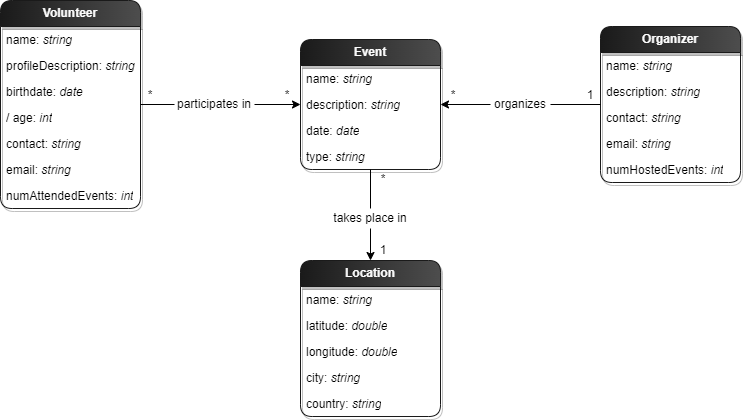
Before: images/DomainModel.png, a diagram exported from draw.io (tomas-sucena/2023-FEUP-ESOF). Source tidied: cells renumbered, new cells last; positions are measured from the earlier drawing's top-left corner, leaving out a move shared by most shapes.
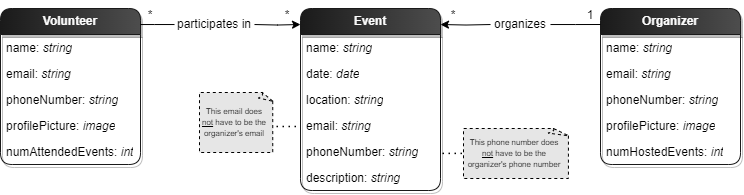
The same file after the commit.

Change to the diagram source:
```diff
@@ -3,103 +3,90 @@
     <mxCell id="0" />
     <mxCell id="1" parent="0" />
     <mxCell id="2" value="&lt;b&gt;&lt;font color=&quot;#fcfcfc&quot;&gt;Volunteer&lt;/font&gt;&lt;/b&gt;" style="swimlane;fontStyle=0;horizontal=1;startSize=26;fillColor=#1A1A1A;whiteSpace=wrap;html=1;rounded=1;strokeColor=#1A1A1A;gradientColor=#4D4D4D;gradientDirection=east;shadow=1;" parent="1" vertex="1">
-      <mxGeometry width="140" height="208" as="geometry" />
+      <mxGeometry y="88" width="140" height="156" as="geometry" />
     </mxCell>
     <mxCell id="3" value="name: &lt;i&gt;string&lt;/i&gt;" style="text;strokeColor=none;fillColor=none;align=left;verticalAlign=top;spacingLeft=4;spacingRight=4;overflow=hidden;whiteSpace=wrap;html=1;" parent="2" vertex="1">
       <mxGeometry y="26" width="140" height="26" as="geometry" />
     </mxCell>
-    <mxCell id="4" value="profileDescription: &lt;i&gt;string&lt;/i&gt;" style="text;strokeColor=none;fillColor=none;align=left;verticalAlign=top;spacingLeft=4;spacingRight=4;overflow=hidden;whiteSpace=wrap;html=1;" parent="2" vertex="1">
-      <mxGeometry y="52" width="140" height="26" as="geometry" />
-    </mxCell>
-    <mxCell id="5" value="birthdate: &lt;i&gt;date&lt;/i&gt;" style="text;strokeColor=none;fillColor=none;align=left;verticalAlign=top;spacingLeft=4;spacingRight=4;overflow=hidden;whiteSpace=wrap;html=1;" parent="2" vertex="1">
-      <mxGeometry y="78" width="140" height="26" as="geometry" />
-    </mxCell>
-    <mxCell id="6" value="/ age: &lt;i&gt;int&lt;/i&gt;" style="text;strokeColor=none;fillColor=none;align=left;verticalAlign=top;spacingLeft=4;spacingRight=4;overflow=hidden;whiteSpace=wrap;html=1;" parent="2" vertex="1">
-      <mxGeometry y="104" width="140" height="26" as="geometry" />
-    </mxCell>
-    <mxCell id="7" value="contact: &lt;i&gt;string&lt;/i&gt;" style="text;strokeColor=none;fillColor=none;align=left;verticalAlign=top;spacingLeft=4;spacingRight=4;overflow=hidden;whiteSpace=wrap;html=1;" parent="2" vertex="1">
-      <mxGeometry y="130" width="140" height="26" as="geometry" />
+    <mxCell id="7" value="email: &lt;i&gt;string&lt;/i&gt;" style="text;strokeColor=none;fillColor=none;align=left;verticalAlign=top;spacingLeft=4;spacingRight=4;overflow=hidden;whiteSpace=wrap;html=1;" parent="2" vertex="1">
+      <mxGeometry y="52" width="140" height="26" as="geometry" />
     </mxCell>
+    <mxCell id="42" value="phoneNumber: &lt;i&gt;string&lt;/i&gt;" style="text;strokeColor=none;fillColor=none;align=left;verticalAlign=top;spacingLeft=4;spacingRight=4;overflow=hidden;whiteSpace=wrap;html=1;" parent="2" vertex="1">
+      <mxGeometry y="78" width="140" height="26" as="geometry" />
+    </mxCell>
-    <mxCell id="8" value="email: &lt;i&gt;string&lt;/i&gt;" style="text;strokeColor=none;fillColor=none;align=left;verticalAlign=top;spacingLeft=4;spacingRight=4;overflow=hidden;whiteSpace=wrap;html=1;" parent="2" vertex="1">
-      <mxGeometry y="156" width="140" height="26" as="geometry" />
+    <mxCell id="8" value="profilePicture: &lt;i&gt;image&lt;/i&gt;" style="text;strokeColor=none;fillColor=none;align=left;verticalAlign=top;spacingLeft=4;spacingRight=4;overflow=hidden;whiteSpace=wrap;html=1;" parent="2" vertex="1">
+      <mxGeometry y="104" width="140" height="26" as="geometry" />
     </mxCell>
     <mxCell id="9" value="numAttendedEvents:&amp;nbsp;&lt;i&gt;int&lt;/i&gt;" style="text;strokeColor=none;fillColor=none;align=left;verticalAlign=top;spacingLeft=4;spacingRight=4;overflow=hidden;whiteSpace=wrap;html=1;" parent="2" vertex="1">
-      <mxGeometry y="182" width="140" height="26" as="geometry" />
+      <mxGeometry y="130" width="140" height="26" as="geometry" />
     </mxCell>
     <mxCell id="10" value="&lt;b&gt;&lt;font color=&quot;#fcfcfc&quot;&gt;Organizer&lt;/font&gt;&lt;/b&gt;" style="swimlane;fontStyle=0;horizontal=1;startSize=26;fillColor=#1A1A1A;whiteSpace=wrap;html=1;rounded=1;strokeColor=#1A1A1A;gradientColor=#4D4D4D;gradientDirection=east;shadow=1;" parent="1" vertex="1">
-      <mxGeometry x="600" y="26" width="140" height="156" as="geometry" />
+      <mxGeometry x="600" y="88" width="140" height="156" as="geometry" />
     </mxCell>
     <mxCell id="11" value="name: &lt;i&gt;string&lt;/i&gt;" style="text;strokeColor=none;fillColor=none;align=left;verticalAlign=top;spacingLeft=4;spacingRight=4;overflow=hidden;whiteSpace=wrap;html=1;" parent="10" vertex="1">
       <mxGeometry y="26" width="140" height="26" as="geometry" />
     </mxCell>
-    <mxCell id="12" value="description: &lt;i&gt;string&lt;/i&gt;" style="text;strokeColor=none;fillColor=none;align=left;verticalAlign=top;spacingLeft=4;spacingRight=4;overflow=hidden;whiteSpace=wrap;html=1;" parent="10" vertex="1">
-      <mxGeometry y="52" width="140" height="26" as="geometry" />
-    </mxCell>
-    <mxCell id="13" value="contact: &lt;i&gt;string&lt;/i&gt;" style="text;strokeColor=none;fillColor=none;align=left;verticalAlign=top;spacingLeft=4;spacingRight=4;overflow=hidden;whiteSpace=wrap;html=1;" parent="10" vertex="1">
-      <mxGeometry y="78" width="140" height="26" as="geometry" />
+    <mxCell id="13" value="email: &lt;i&gt;string&lt;/i&gt;" style="text;strokeColor=none;fillColor=none;align=left;verticalAlign=top;spacingLeft=4;spacingRight=4;overflow=hidden;whiteSpace=wrap;html=1;" parent="10" vertex="1">
+      <mxGeometry y="52" width="140" height="26" as="geometry" />
     </mxCell>
-    <mxCell id="14" value="email: &lt;i&gt;string&lt;/i&gt;" style="text;strokeColor=none;fillColor=none;align=left;verticalAlign=top;spacingLeft=4;spacingRight=4;overflow=hidden;whiteSpace=wrap;html=1;" parent="10" vertex="1">
-      <mxGeometry y="104" width="140" height="26" as="geometry" />
+    <mxCell id="14" value="phoneNumber: &lt;i&gt;string&lt;/i&gt;" style="text;strokeColor=none;fillColor=none;align=left;verticalAlign=top;spacingLeft=4;spacingRight=4;overflow=hidden;whiteSpace=wrap;html=1;" parent="10" vertex="1">
+      <mxGeometry y="78" width="140" height="26" as="geometry" />
     </mxCell>
+    <mxCell id="43" value="profilePicture: &lt;i&gt;image&lt;/i&gt;" style="text;strokeColor=none;fillColor=none;align=left;verticalAlign=top;spacingLeft=4;spacingRight=4;overflow=hidden;whiteSpace=wrap;html=1;" parent="10" vertex="1">
+      <mxGeometry y="104" width="140" height="26" as="geometry" />
+    </mxCell>
     <mxCell id="15" value="numHostedEvents: &lt;i&gt;int&lt;/i&gt;" style="text;strokeColor=none;fillColor=none;align=left;verticalAlign=top;spacingLeft=4;spacingRight=4;overflow=hidden;whiteSpace=wrap;html=1;" parent="10" vertex="1">
       <mxGeometry y="130" width="140" height="26" as="geometry" />
     </mxCell>
-    <mxCell id="16" style="edgeStyle=orthogonalEdgeStyle;rounded=0;jettySize=auto;html=1;endArrow=none;endFill=0;startArrow=none;startFill=1;" parent="1" edge="1" source="35" target="10">
-      <mxGeometry relative="1" as="geometry" />
+    <mxCell id="16" style="edgeStyle=orthogonalEdgeStyle;rounded=0;jettySize=auto;html=1;endArrow=none;endFill=0;startArrow=none;startFill=1;" parent="1" edge="1" source="35">
+      <mxGeometry relative="1" as="geometry">
+        <mxPoint x="600" y="104" as="targetPoint" />
+      </mxGeometry>
     </mxCell>
-    <mxCell id="17" style="edgeStyle=orthogonalEdgeStyle;rounded=0;jettySize=auto;html=1;endArrow=none;endFill=0;startArrow=none;startFill=1;" parent="1" edge="1" source="33" target="2">
-      <mxGeometry relative="1" as="geometry" />
+    <mxCell id="17" style="edgeStyle=orthogonalEdgeStyle;rounded=0;jettySize=auto;html=1;endArrow=none;endFill=0;startArrow=none;startFill=1;" parent="1" edge="1" source="33">
+      <mxGeometry relative="1" as="geometry">
+        <mxPoint x="140" y="104" as="targetPoint" />
+      </mxGeometry>
     </mxCell>
-    <mxCell id="18" style="edgeStyle=orthogonalEdgeStyle;rounded=0;jettySize=auto;html=1;entryX=0.5;entryY=0;entryDx=0;entryDy=0;endArrow=classic;endFill=1;startArrow=none;" parent="1" edge="1" source="39" target="24">
-      <mxGeometry relative="1" as="geometry" />
-    </mxCell>
     <mxCell id="19" value="&lt;b&gt;&lt;font color=&quot;#fcfcfc&quot;&gt;Event&lt;/font&gt;&lt;/b&gt;" style="swimlane;fontStyle=0;horizontal=1;startSize=26;fillColor=#1A1A1A;whiteSpace=wrap;html=1;rounded=1;strokeColor=#1A1A1A;gradientColor=#4D4D4D;gradientDirection=east;shadow=1;" parent="1" vertex="1">
-      <mxGeometry x="300" y="39" width="140" height="130" as="geometry" />
+      <mxGeometry x="300" y="88" width="140" height="182" as="geometry" />
     </mxCell>
     <mxCell id="20" value="name: &lt;i&gt;string&lt;/i&gt;" style="text;strokeColor=none;fillColor=none;align=left;verticalAlign=top;spacingLeft=4;spacingRight=4;overflow=hidden;whiteSpace=wrap;html=1;" parent="19" vertex="1">
       <mxGeometry y="26" width="140" height="26" as="geometry" />
     </mxCell>
-    <mxCell id="21" value="description: &lt;i&gt;string&lt;/i&gt;" style="text;strokeColor=none;fillColor=none;align=left;verticalAlign=top;spacingLeft=4;spacingRight=4;overflow=hidden;whiteSpace=wrap;html=1;" parent="19" vertex="1">
-      <mxGeometry y="52" width="140" height="26" as="geometry" />
-    </mxCell>
     <mxCell id="22" value="date: &lt;i&gt;date&lt;/i&gt;" style="text;strokeColor=none;fillColor=none;align=left;verticalAlign=top;spacingLeft=4;spacingRight=4;overflow=hidden;whiteSpace=wrap;html=1;" parent="19" vertex="1">
-      <mxGeometry y="78" width="140" height="26" as="geometry" />
+      <mxGeometry y="52" width="140" height="26" as="geometry" />
     </mxCell>
-    <mxCell id="23" value="type: &lt;i&gt;string&lt;/i&gt;" style="text;strokeColor=none;fillColor=none;align=left;verticalAlign=top;spacingLeft=4;spacingRight=4;overflow=hidden;whiteSpace=wrap;html=1;" parent="19" vertex="1">
-      <mxGeometry y="104" width="140" height="26" as="geometry" />
+    <mxCell id="23" value="location: &lt;i&gt;string&lt;/i&gt;" style="text;strokeColor=none;fillColor=none;align=left;verticalAlign=top;spacingLeft=4;spacingRight=4;overflow=hidden;whiteSpace=wrap;html=1;" parent="19" vertex="1">
+      <mxGeometry y="78" width="140" height="26" as="geometry" />
     </mxCell>
-    <mxCell id="24" value="&lt;b&gt;&lt;font color=&quot;#fcfcfc&quot;&gt;Location&lt;/font&gt;&lt;/b&gt;" style="swimlane;fontStyle=0;horizontal=1;startSize=26;fillColor=#1A1A1A;whiteSpace=wrap;html=1;rounded=1;strokeColor=#1A1A1A;gradientColor=#4D4D4D;gradientDirection=east;shadow=1;" parent="1" vertex="1">
-      <mxGeometry x="300" y="260" width="140" height="156" as="geometry" />
-    </mxCell>
-    <mxCell id="25" value="name: &lt;i&gt;string&lt;/i&gt;" style="text;strokeColor=none;fillColor=none;align=left;verticalAlign=top;spacingLeft=4;spacingRight=4;overflow=hidden;whiteSpace=wrap;html=1;" parent="24" vertex="1">
-      <mxGeometry y="26" width="140" height="26" as="geometry" />
-    </mxCell>
-    <mxCell id="26" value="latitude: &lt;i&gt;double&lt;/i&gt;" style="text;strokeColor=none;fillColor=none;align=left;verticalAlign=top;spacingLeft=4;spacingRight=4;overflow=hidden;whiteSpace=wrap;html=1;" parent="24" vertex="1">
-      <mxGeometry y="52" width="140" height="26" as="geometry" />
-    </mxCell>
-    <mxCell id="27" value="longitude: &lt;i&gt;double&lt;/i&gt;" style="text;strokeColor=none;fillColor=none;align=left;verticalAlign=top;spacingLeft=4;spacingRight=4;overflow=hidden;whiteSpace=wrap;html=1;" parent="24" vertex="1">
-      <mxGeometry y="78" width="140" height="26" as="geometry" />
-    </mxCell>
-    <mxCell id="28" value="city: &lt;i&gt;string&lt;/i&gt;" style="text;strokeColor=none;fillColor=none;align=left;verticalAlign=top;spacingLeft=4;spacingRight=4;overflow=hidden;whiteSpace=wrap;html=1;" parent="24" vertex="1">
-      <mxGeometry y="104" width="140" height="26" as="geometry" />
-    </mxCell>
-    <mxCell id="29" value="country: &lt;i&gt;string&lt;/i&gt;" style="text;strokeColor=none;fillColor=none;align=left;verticalAlign=top;spacingLeft=4;spacingRight=4;overflow=hidden;whiteSpace=wrap;html=1;" parent="24" vertex="1">
-      <mxGeometry y="130" width="140" height="26" as="geometry" />
-    </mxCell>
+    <mxCell id="44" value="email: &lt;i&gt;string&lt;/i&gt;" style="text;strokeColor=none;fillColor=none;align=left;verticalAlign=top;spacingLeft=4;spacingRight=4;overflow=hidden;whiteSpace=wrap;html=1;" parent="19" vertex="1">
+      <mxGeometry y="104" width="140" height="26" as="geometry" />
+    </mxCell>
+    <mxCell id="45" value="phoneNumber: &lt;i&gt;string&lt;/i&gt;" style="text;strokeColor=none;fillColor=none;align=left;verticalAlign=top;spacingLeft=4;spacingRight=4;overflow=hidden;whiteSpace=wrap;html=1;" parent="19" vertex="1">
+      <mxGeometry y="130" width="140" height="26" as="geometry" />
+    </mxCell>
+    <mxCell id="21" value="description: &lt;i&gt;string&lt;/i&gt;" style="text;strokeColor=none;fillColor=none;align=left;verticalAlign=top;spacingLeft=4;spacingRight=4;overflow=hidden;whiteSpace=wrap;html=1;" parent="19" vertex="1">
+      <mxGeometry y="156" width="140" height="26" as="geometry" />
+    </mxCell>
     <mxCell id="30" value="*" style="text;html=1;strokeColor=none;fillColor=none;align=center;verticalAlign=middle;whiteSpace=wrap;rounded=0;" parent="1" vertex="1">
       <mxGeometry x="140" y="80" width="20" height="30" as="geometry" />
     </mxCell>
     <mxCell id="31" value="*" style="text;html=1;strokeColor=none;fillColor=none;align=center;verticalAlign=middle;whiteSpace=wrap;rounded=0;" parent="1" vertex="1">
       <mxGeometry x="274" y="80" width="26" height="30" as="geometry" />
     </mxCell>
-    <mxCell id="32" style="edgeStyle=orthogonalEdgeStyle;rounded=0;jettySize=auto;html=1;endArrow=none;endFill=0;startArrow=classic;startFill=1;" parent="1" edge="1" source="19" target="33">
-      <mxGeometry relative="1" as="geometry" />
+    <mxCell id="32" style="edgeStyle=orthogonalEdgeStyle;rounded=0;jettySize=auto;html=1;endArrow=none;endFill=0;startArrow=classic;startFill=1;" parent="1" edge="1" target="33">
+      <mxGeometry relative="1" as="geometry">
+        <mxPoint x="300" y="104" as="sourcePoint" />
+      </mxGeometry>
     </mxCell>
     <mxCell id="33" value="participates in" style="text;html=1;strokeColor=none;fillColor=none;align=center;verticalAlign=middle;whiteSpace=wrap;rounded=0;" parent="1" vertex="1">
       <mxGeometry x="174" y="89" width="80" height="30" as="geometry" />
     </mxCell>
-    <mxCell id="34" style="edgeStyle=orthogonalEdgeStyle;rounded=0;jettySize=auto;html=1;endArrow=none;endFill=0;startArrow=classic;startFill=1;" parent="1" edge="1" source="19" target="35">
-      <mxGeometry relative="1" as="geometry" />
+    <mxCell id="34" style="edgeStyle=orthogonalEdgeStyle;rounded=0;jettySize=auto;html=1;endArrow=none;endFill=0;startArrow=classic;startFill=1;" parent="1" edge="1" target="35">
+      <mxGeometry relative="1" as="geometry">
+        <mxPoint x="440" y="104" as="sourcePoint" />
+      </mxGeometry>
     </mxCell>
     <mxCell id="35" value="organizes" style="text;html=1;strokeColor=none;fillColor=none;align=center;verticalAlign=middle;whiteSpace=wrap;rounded=0;" parent="1" vertex="1">
       <mxGeometry x="490" y="89" width="60" height="30" as="geometry" />
@@ -110,17 +97,29 @@
     <mxCell id="37" value="1" style="text;html=1;strokeColor=none;fillColor=none;align=center;verticalAlign=middle;whiteSpace=wrap;rounded=0;" parent="1" vertex="1">
       <mxGeometry x="580" y="80" width="20" height="30" as="geometry" />
     </mxCell>
-    <mxCell id="38" style="edgeStyle=orthogonalEdgeStyle;rounded=0;jettySize=auto;html=1;entryX=0.5;entryY=0;entryDx=0;entryDy=0;endArrow=none;endFill=1;" parent="1" edge="1" source="19" target="39">
-      <mxGeometry relative="1" as="geometry" />
-    </mxCell>
-    <mxCell id="39" value="takes place in" style="text;html=1;strokeColor=none;fillColor=none;align=center;verticalAlign=middle;whiteSpace=wrap;rounded=0;" parent="1" vertex="1">
-      <mxGeometry x="330" y="208" width="80" height="20" as="geometry" />
-    </mxCell>
-    <mxCell id="40" value="1" style="text;html=1;strokeColor=none;fillColor=none;align=center;verticalAlign=middle;whiteSpace=wrap;rounded=0;" parent="1" vertex="1">
-      <mxGeometry x="370" y="239" width="26" height="21" as="geometry" />
-    </mxCell>
-    <mxCell id="41" value="*" style="text;html=1;strokeColor=none;fillColor=none;align=center;verticalAlign=middle;whiteSpace=wrap;rounded=0;" parent="1" vertex="1">
-      <mxGeometry x="370" y="169" width="26" height="20" as="geometry" />
-    </mxCell>
+    <mxCell id="46" style="endArrow=none;dashed=1;html=1;dashPattern=1 3;strokeWidth=1.5;rounded=0;" parent="1" edge="1">
+      <mxGeometry relative="1" as="geometry">
+        <mxPoint x="276" y="206" as="sourcePoint" />
+        <mxPoint x="300" y="206" as="targetPoint" />
+      </mxGeometry>
+    </mxCell>
+    <mxCell id="47" style="whiteSpace=wrap;html=1;shape=mxgraph.basic.document;dashed=1;fillColor=#E6E6E6;" parent="1" vertex="1">
+      <mxGeometry x="199" y="172" width="74" height="60" as="geometry" />
+    </mxCell>
+    <mxCell id="48" value="&lt;font style=&quot;font-size: 8px;&quot;&gt;This email does &lt;u&gt;not&lt;/u&gt; have to be the organizer's email&lt;/font&gt;" style="text;html=1;strokeColor=none;fillColor=none;align=center;verticalAlign=middle;whiteSpace=wrap;rounded=0;fontSize=9;" parent="1" vertex="1">
+      <mxGeometry x="199" y="182" width="70" height="40" as="geometry" />
+    </mxCell>
+    <mxCell id="49" style="whiteSpace=wrap;html=1;shape=mxgraph.basic.document;dashed=1;fillColor=#E6E6E6;" parent="1" vertex="1">
+      <mxGeometry x="463" y="208" width="106" height="50" as="geometry" />
+    </mxCell>
+    <mxCell id="50" value="&lt;font style=&quot;font-size: 8px;&quot;&gt;This phone number does &lt;u&gt;not&lt;/u&gt; have to be the organizer's phone number&lt;/font&gt;" style="text;html=1;strokeColor=none;fillColor=none;align=center;verticalAlign=middle;whiteSpace=wrap;rounded=0;fontSize=9;" parent="1" vertex="1">
+      <mxGeometry x="463" y="213" width="102" height="40" as="geometry" />
+    </mxCell>
+    <mxCell id="51" style="endArrow=none;dashed=1;html=1;dashPattern=1 3;strokeWidth=1.5;rounded=0;" parent="1" edge="1">
+      <mxGeometry relative="1" as="geometry">
+        <mxPoint x="442" y="232.9" as="sourcePoint" />
+        <mxPoint x="466" y="232.9" as="targetPoint" />
+      </mxGeometry>
+    </mxCell>
   </root>
 </mxGraphModel>
```
